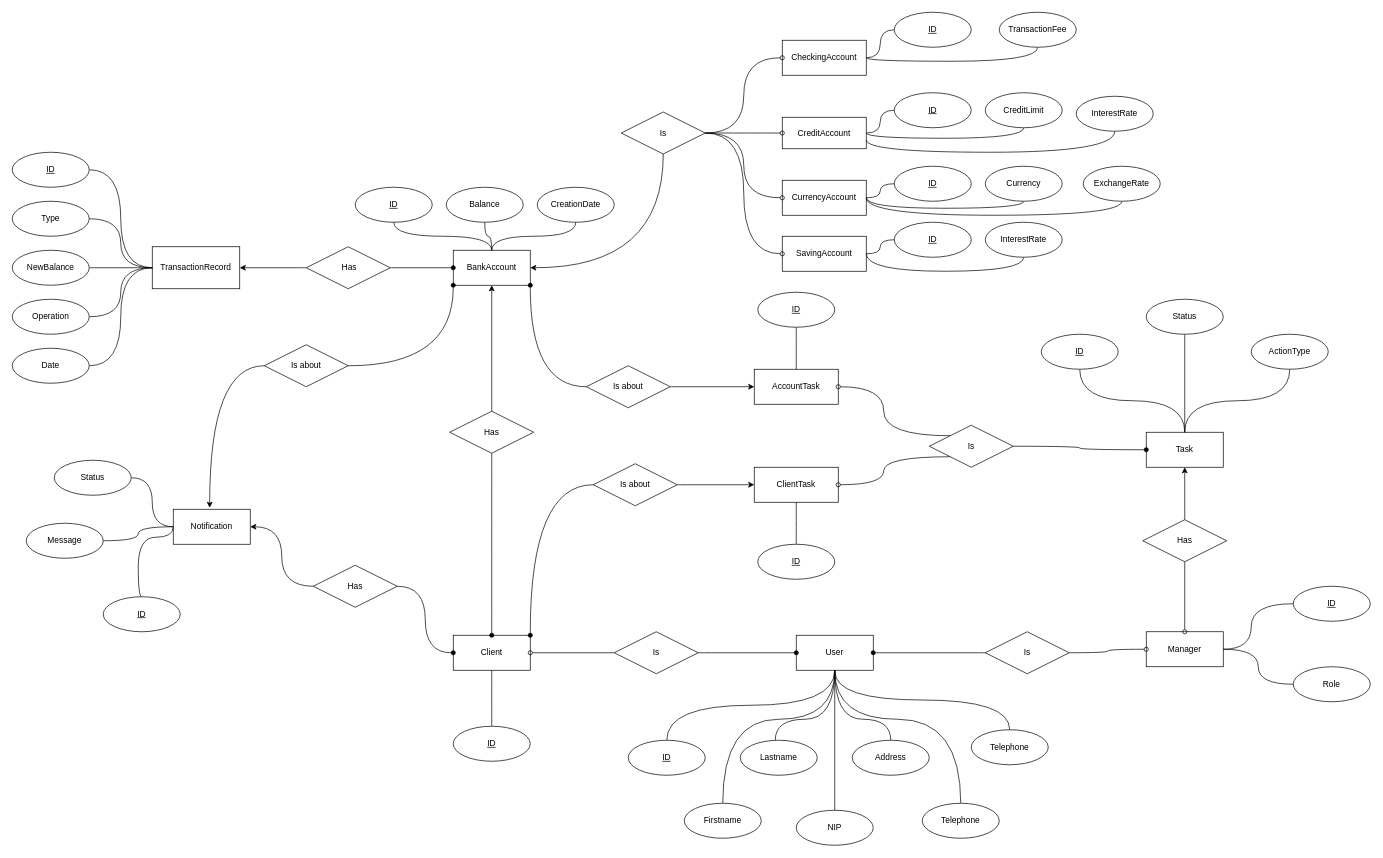
Above: diagram/xml/ERD_BankDatabase.drawio in colXavGig/FortisBankSystem (draw.io), before the change. Source tidied: cells renumbered, new cells numbered last; positions are measured from the earlier drawing's top-left corner, leaving out a move shared by most shapes. Both pictures are drawn from the tidied source at 70%, with x=0, y=0 at pixel (12, 12).
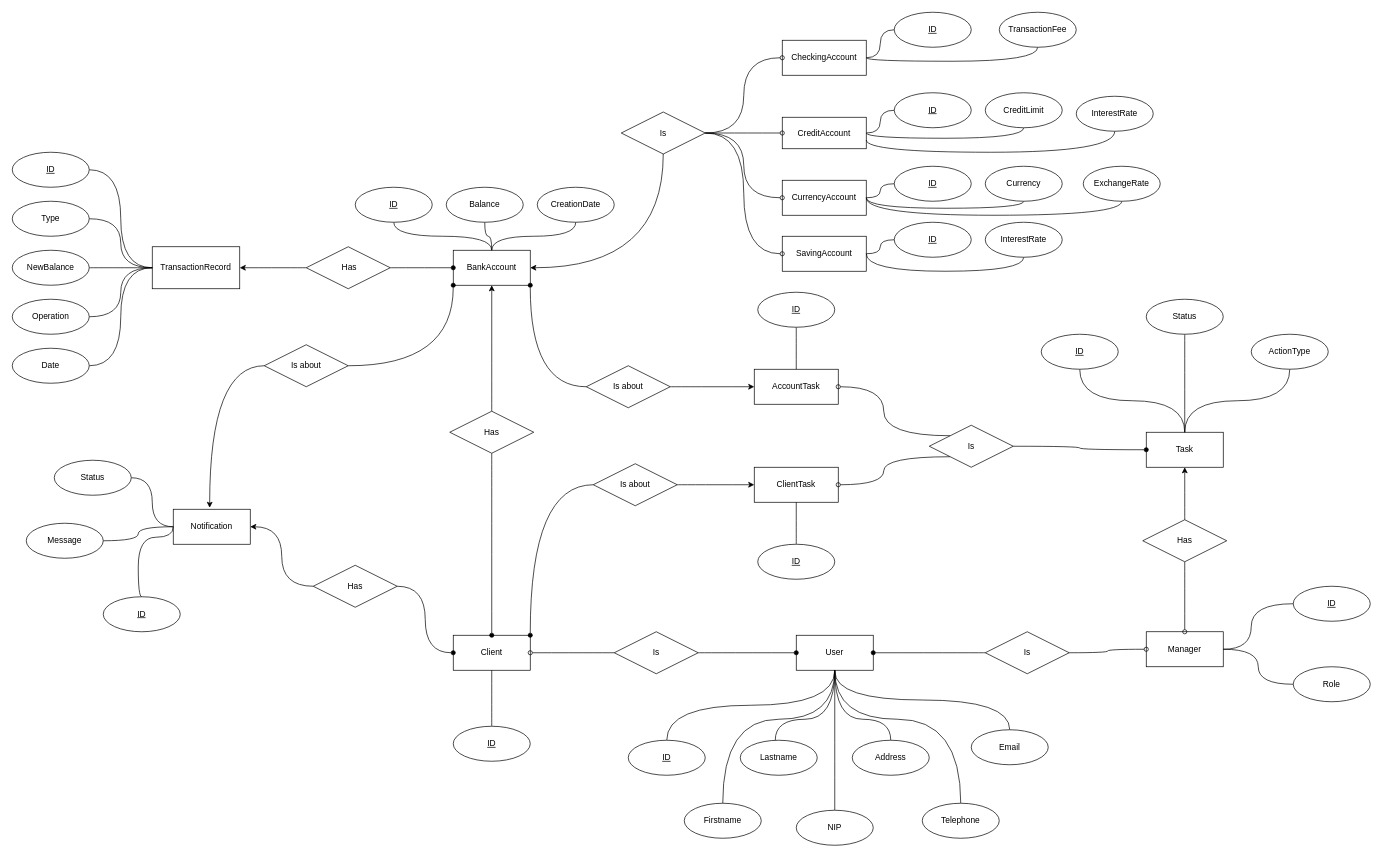
After the change.

Change to the diagram source:
```diff
@@
-    <mxCell id="67" value="Telephone" style="ellipse;whiteSpace=wrap;html=1;align=center;" parent="1" vertex="1">
+    <mxCell id="67" value="Email" style="ellipse;whiteSpace=wrap;html=1;align=center;" parent="1" vertex="1">
       <mxGeometry x="1370" y="1025" width="110" height="50" as="geometry" />
     </mxCell>
```
